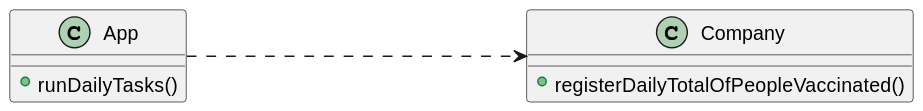
Before: docs/SprintD/US006/US006_CD.svg, a diagram exported from PlantUML (Pirussa/lei-22-s2-1da-g02).
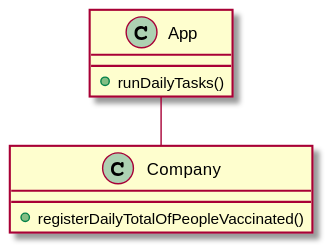
After the change.

Commit message:
US006 - Documentation - CD - Small update on class diagram - SSD - Done with some slight updates to do.

What changed in the source:
```diff
@@ -16,7 +16,7 @@
 left to right direction
 
 
-App .....> Company
+App -r- Company
 
 
 @enduml
```
